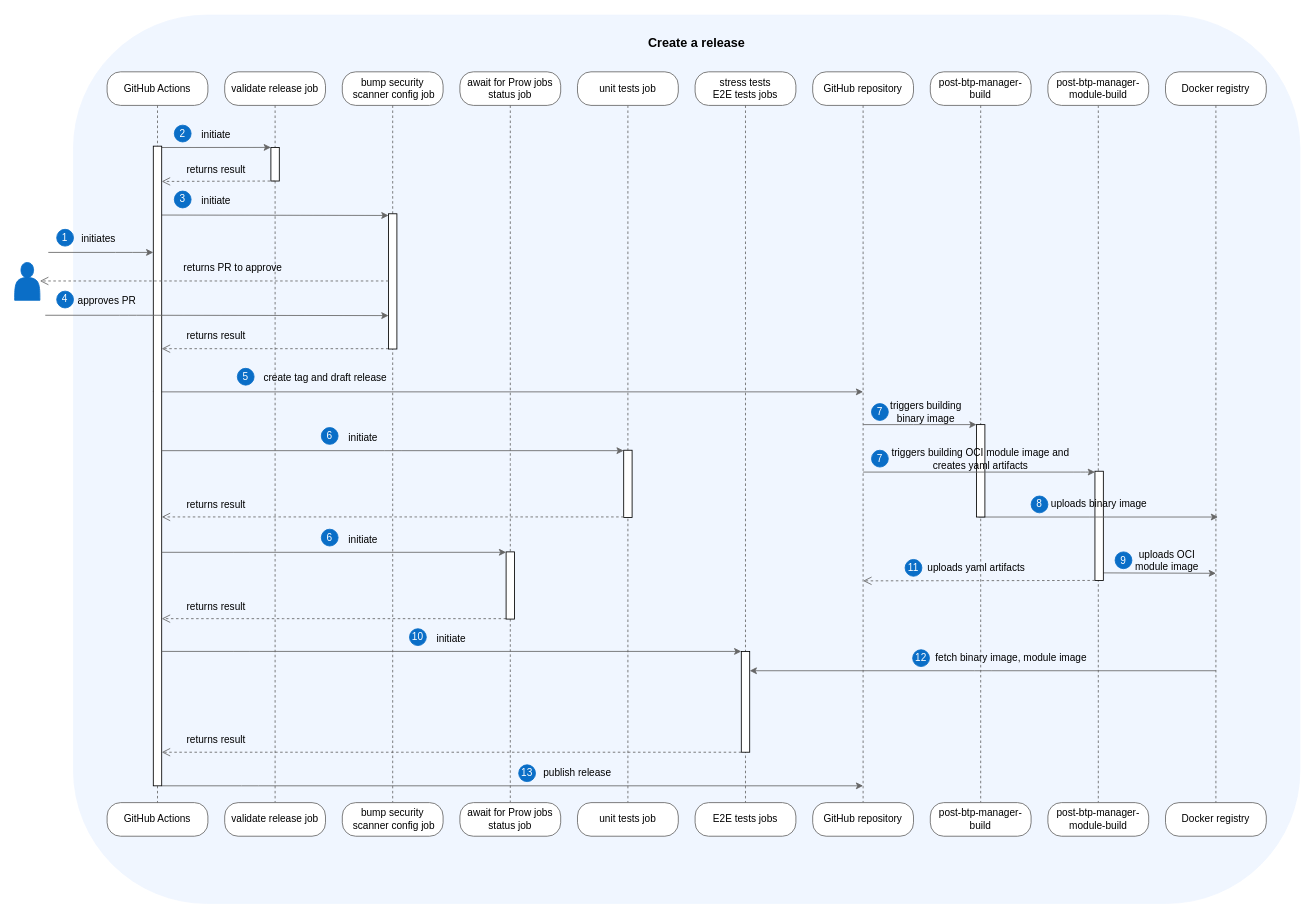
kyma-project/btp-manager keeps this draw.io diagram as docs/assets/release.drawio. Above is the earlier version. Source tidied: cells renumbered, new cells numbered last; positions are measured from the earlier drawing's top-left corner, leaving out a move shared by most shapes. Both pictures are drawn from the tidied source at 84%, with x=0, y=0 at pixel (14, 14).
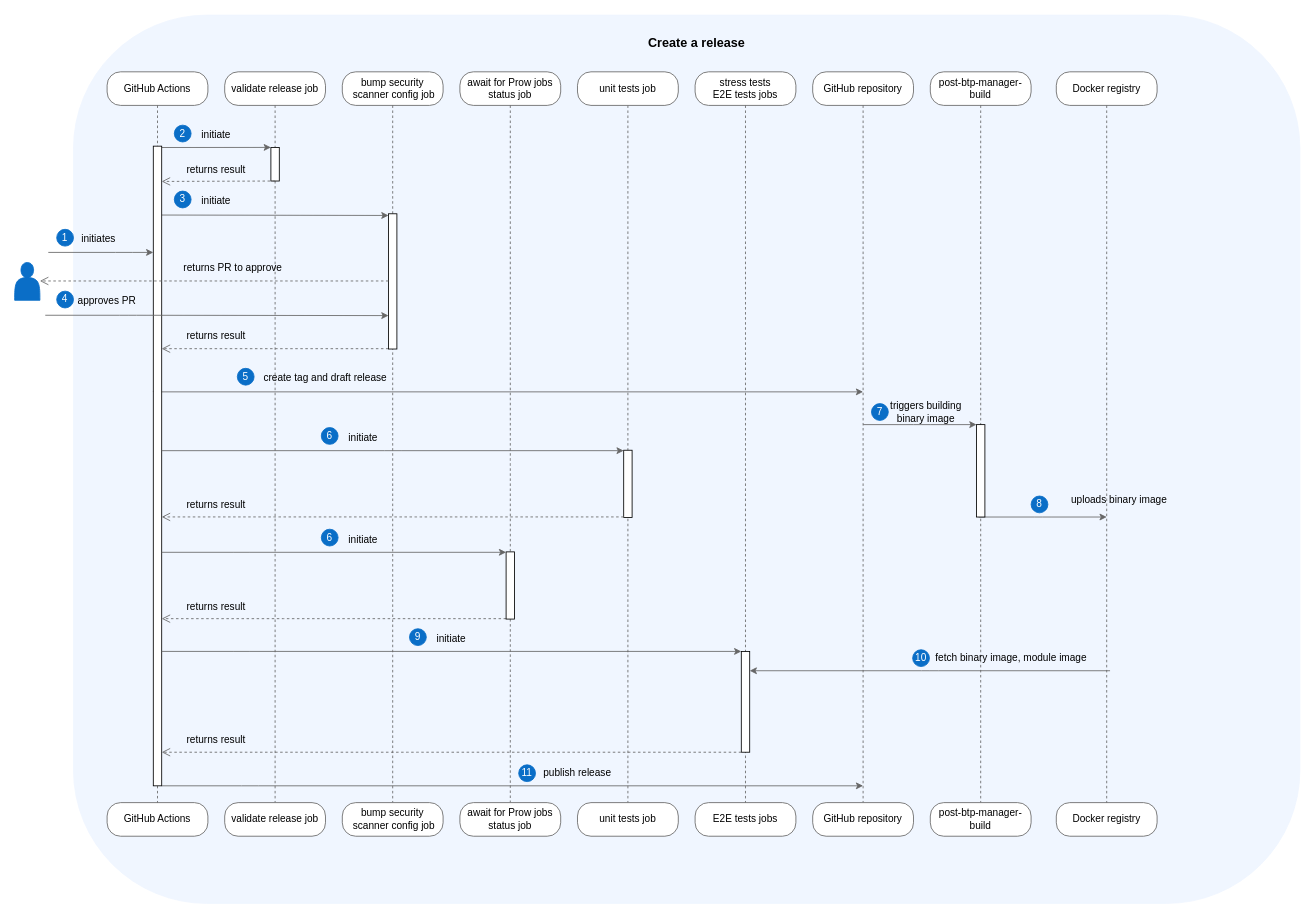
The same diagram, later.

The change refers to these unchanged cells:
```xml
<mxCell id="40" value="fetch binary image, module image" style="text;html=1;strokeColor=none;fillColor=none;align=center;verticalAlign=middle;whiteSpace=wrap;rounded=0;" parent="1" vertex="1">
  <mxGeometry x="1069" y="751" width="235" height="30" as="geometry" />
</mxCell>
<mxCell id="89" style="html=1;points=[];perimeter=orthogonalPerimeter;outlineConnect=0;targetShapes=umlLifeline;portConstraint=eastwest;newEdgeStyle={&quot;edgeStyle&quot;:&quot;elbowEdgeStyle&quot;,&quot;elbow&quot;:&quot;vertical&quot;,&quot;curved&quot;:0,&quot;rounded&quot;:0};" parent="1" vertex="1">
  <mxGeometry x="865" y="758" width="10" height="120" as="geometry" />
</mxCell>
```

The edit, as a diff of the source:
```diff
@@
-    <mxCell id="4" style="edgeStyle=orthogonalEdgeStyle;html=1;verticalAlign=bottom;endArrow=none;endSize=8;strokeColor=#666666;rounded=1;entryX=0.5;entryY=0;entryDx=0;entryDy=0;endFill=0;dashed=1;" parent="1" edge="1" source="20" target="21">
-      <mxGeometry relative="1" as="geometry" />
-    </mxCell>
-    <mxCell id="5" style="edgeStyle=elbowEdgeStyle;rounded=1;orthogonalLoop=1;jettySize=auto;html=1;elbow=vertical;strokeColor=#666666;" parent="1" edge="1">
-      <mxGeometry relative="1" as="geometry">
-        <mxPoint x="1296" y="664.5" as="sourcePoint" />
-        <mxPoint x="1430" y="664.5" as="targetPoint" />
-      </mxGeometry>
-    </mxCell>
-    <mxCell id="6" style="html=1;perimeter=orthogonalPerimeter;targetShapes=umlLifeline;newEdgeStyle={&quot;edgeStyle&quot;:&quot;elbowEdgeStyle&quot;,&quot;elbow&quot;:&quot;vertical&quot;,&quot;curved&quot;:0,&quot;rounded&quot;:0};" parent="1" vertex="1">
-      <mxGeometry x="1286" y="543.5" width="10" height="130" as="geometry" />
-    </mxCell>
@@
-    <mxCell id="20" value="post-btp-manager-module-build" style="rounded=1;whiteSpace=wrap;html=1;arcSize=40;fontColor=#000000;fillColor=#FFFFFF;strokeColor=#666666;" parent="1" vertex="1">
-      <mxGeometry x="1230" y="68" width="120" height="40" as="geometry" />
-    </mxCell>
-    <mxCell id="21" value="post-btp-manager-module-build" style="rounded=1;whiteSpace=wrap;html=1;arcSize=40;fontColor=#000000;fillColor=#FFFFFF;strokeColor=#666666;" parent="1" vertex="1">
-      <mxGeometry x="1230" y="938" width="120" height="40" as="geometry" />
-    </mxCell>
     <mxCell id="22" value="Docker registry" style="rounded=1;whiteSpace=wrap;html=1;arcSize=40;fontColor=#000000;fillColor=#FFFFFF;strokeColor=#666666;" parent="1" vertex="1">
-      <mxGeometry x="1370" y="68" width="120" height="40" as="geometry" />
+      <mxGeometry x="1240" y="68" width="120" height="40" as="geometry" />
     </mxCell>
     <mxCell id="23" value="Docker registry" style="rounded=1;whiteSpace=wrap;html=1;arcSize=40;fontColor=#000000;fillColor=#FFFFFF;strokeColor=#666666;" parent="1" vertex="1">
-      <mxGeometry x="1370" y="938" width="120" height="40" as="geometry" />
+      <mxGeometry x="1240" y="938" width="120" height="40" as="geometry" />
     </mxCell>
@@
     <mxCell id="28" style="edgeStyle=elbowEdgeStyle;rounded=1;orthogonalLoop=1;jettySize=auto;html=1;elbow=vertical;strokeColor=#666666;" parent="1" edge="1">
       <mxGeometry relative="1" as="geometry">
         <mxPoint x="1147.5" y="598" as="sourcePoint" />
-        <mxPoint x="1432.5" y="598" as="targetPoint" />
+        <mxPoint x="1300" y="598" as="targetPoint" />
       </mxGeometry>
     </mxCell>
@@
-    <mxCell id="32" value="triggers building OCI module image and creates yaml artifacts" style="text;html=1;strokeColor=none;fillColor=none;align=center;verticalAlign=middle;whiteSpace=wrap;rounded=0;" parent="1" vertex="1">
-      <mxGeometry x="1030" y="513.5" width="240" height="30" as="geometry" />
-    </mxCell>
-    <mxCell id="33" style="html=1;verticalAlign=bottom;endArrow=open;dashed=1;endSize=8;edgeStyle=elbowEdgeStyle;elbow=vertical;rounded=1;strokeColor=#666666;" parent="1" edge="1">
-      <mxGeometry x="0.35" y="-20" relative="1" as="geometry">
-        <mxPoint x="1286" y="673.5" as="sourcePoint" />
-        <mxPoint x="1010" y="673.5" as="targetPoint" />
-      </mxGeometry>
-    </mxCell>
-    <mxCell id="34" value="uploads yaml artifacts" style="text;html=1;strokeColor=none;fillColor=none;align=center;verticalAlign=middle;whiteSpace=wrap;rounded=0;" parent="1" vertex="1">
-      <mxGeometry x="1080" y="643.5" width="130" height="30" as="geometry" />
-    </mxCell>
-    <mxCell id="35" value="uploads OCI module image" style="text;html=1;strokeColor=none;fillColor=none;align=center;verticalAlign=middle;whiteSpace=wrap;rounded=0;" parent="1" vertex="1">
-      <mxGeometry x="1320" y="634.5" width="104" height="30" as="geometry" />
-    </mxCell>
-    <mxCell id="36" style="edgeStyle=elbowEdgeStyle;rounded=1;jettySize=auto;html=1;elbow=vertical;strokeColor=#666666;" parent="1" edge="1" target="89">
-      <mxGeometry relative="1" as="geometry">
-        <mxPoint x="1430" y="781" as="sourcePoint" />
-      </mxGeometry>
+    <mxCell id="36" style="edgeStyle=elbowEdgeStyle;rounded=1;jettySize=auto;html=1;elbow=vertical;strokeColor=#666666;exitX=1;exitY=1;exitDx=0;exitDy=0;" parent="1" edge="1" source="40" target="89">
+      <mxGeometry relative="1" as="geometry" />
     </mxCell>
@@
-    <mxCell id="41" style="edgeStyle=elbowEdgeStyle;rounded=1;orthogonalLoop=1;jettySize=auto;html=1;elbow=vertical;strokeColor=#666666;" parent="1" edge="1">
-      <mxGeometry relative="1" as="geometry">
-        <mxPoint x="1010" y="544.5" as="sourcePoint" />
-        <mxPoint x="1286" y="544.5" as="targetPoint" />
-        <Array as="points">
-          <mxPoint x="1270" y="544.5" />
-        </Array>
-      </mxGeometry>
-    </mxCell>
     <mxCell id="42" value="uploads binary image" style="text;html=1;strokeColor=none;fillColor=none;align=center;verticalAlign=middle;whiteSpace=wrap;rounded=0;" parent="1" vertex="1">
-      <mxGeometry x="1216" y="568" width="150" height="30" as="geometry" />
+      <mxGeometry x="1240" y="563" width="150" height="30" as="geometry" />
     </mxCell>
-    <mxCell id="43" value="&lt;font color=&quot;#ffffff&quot;&gt;12&lt;/font&gt;" style="ellipse;whiteSpace=wrap;html=1;fillColor=#0a6ec7;strokeColor=#0a6ec7;" parent="1" vertex="1">
+    <mxCell id="43" value="&lt;font color=&quot;#ffffff&quot;&gt;10&lt;/font&gt;" style="ellipse;whiteSpace=wrap;html=1;fillColor=#0a6ec7;strokeColor=#0a6ec7;" parent="1" vertex="1">
       <mxGeometry x="1069" y="756" width="20" height="20" as="geometry" />
     </mxCell>
@@
-    <mxCell id="46" value="&lt;font color=&quot;#ffffff&quot;&gt;7&lt;/font&gt;" style="ellipse;whiteSpace=wrap;html=1;fillColor=#0a6ec7;strokeColor=#0a6ec7;" parent="1" vertex="1">
-      <mxGeometry x="1020" y="518.5" width="20" height="20" as="geometry" />
-    </mxCell>
@@
-    <mxCell id="49" value="&lt;font color=&quot;#ffffff&quot;&gt;9&lt;/font&gt;" style="ellipse;whiteSpace=wrap;html=1;fillColor=#0a6ec7;strokeColor=#0a6ec7;" parent="1" vertex="1">
-      <mxGeometry x="1310" y="639.5" width="20" height="20" as="geometry" />
-    </mxCell>
-    <mxCell id="50" value="&lt;font color=&quot;#ffffff&quot;&gt;11&lt;/font&gt;" style="ellipse;whiteSpace=wrap;html=1;fillColor=#0a6ec7;strokeColor=#0a6ec7;" parent="1" vertex="1">
-      <mxGeometry x="1060" y="648.5" width="20" height="20" as="geometry" />
-    </mxCell>
@@
-    <mxCell id="92" value="&lt;font color=&quot;#ffffff&quot;&gt;10&lt;/font&gt;" style="ellipse;whiteSpace=wrap;html=1;fillColor=#0a6ec7;strokeColor=#0a6ec7;" parent="1" vertex="1">
+    <mxCell id="92" value="&lt;font color=&quot;#ffffff&quot;&gt;9&lt;/font&gt;" style="ellipse;whiteSpace=wrap;html=1;fillColor=#0a6ec7;strokeColor=#0a6ec7;" parent="1" vertex="1">
       <mxGeometry x="470" y="731" width="20" height="20" as="geometry" />
     </mxCell>
@@
-    <mxCell id="97" value="&lt;font color=&quot;#ffffff&quot;&gt;13&lt;/font&gt;" style="ellipse;whiteSpace=wrap;html=1;fillColor=#0a6ec7;strokeColor=#0a6ec7;" parent="1" vertex="1">
+    <mxCell id="97" value="&lt;font color=&quot;#ffffff&quot;&gt;11&lt;/font&gt;" style="ellipse;whiteSpace=wrap;html=1;fillColor=#0a6ec7;strokeColor=#0a6ec7;" parent="1" vertex="1">
       <mxGeometry x="600" y="893" width="20" height="20" as="geometry" />
     </mxCell>
```
